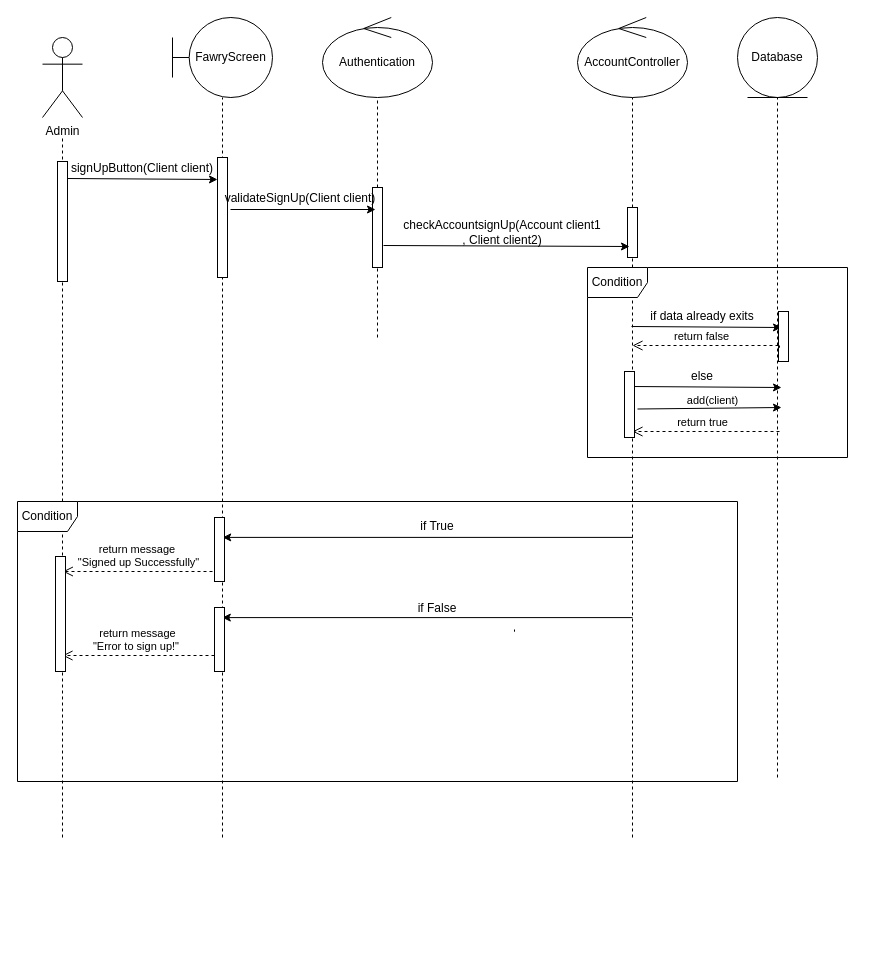
Above: Design System/SignUp Sequence Diagram.drawio in hazemadelkhalel/Fawry-System (draw.io), before the change. Source tidied: cells renumbered, new cells numbered last; positions are measured from the earlier drawing's top-left corner, leaving out a move shared by most shapes. Both pictures are drawn from the tidied source at 100%, with x=0, y=0 at pixel (17, 17).
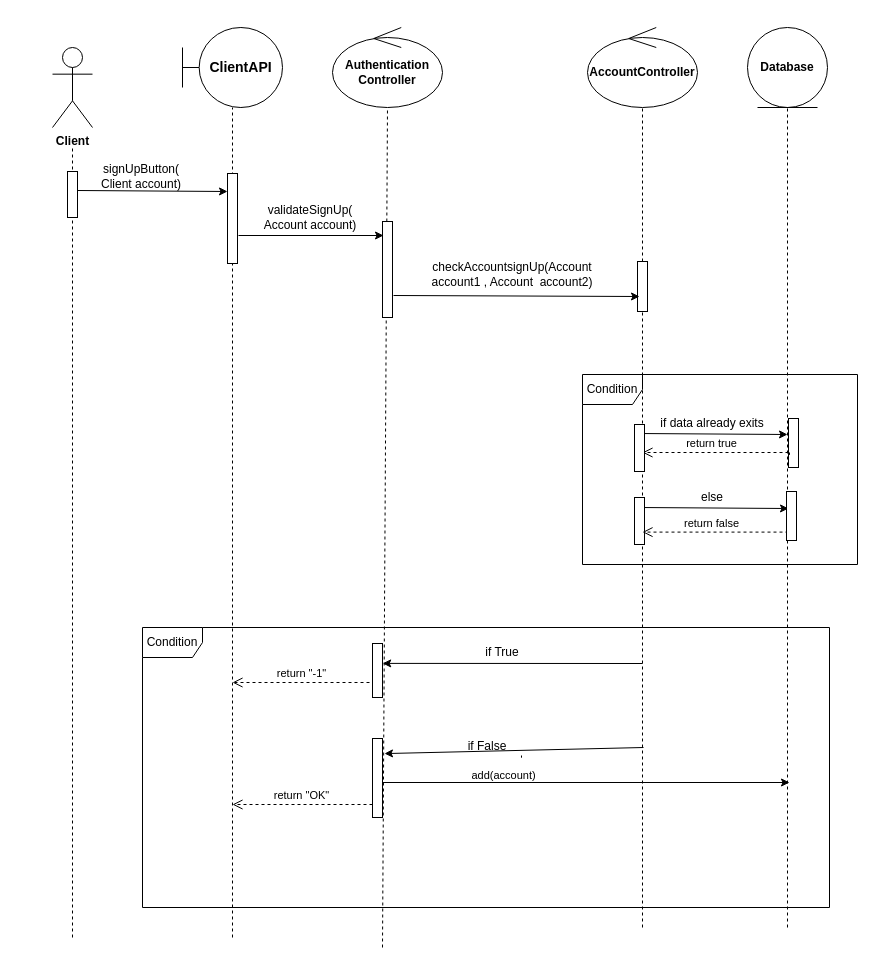
The same diagram, later.

Commit message:
Updated the SignUp Sequence Diagram

The edit, as a diff of the source:
```diff
@@
-    <mxCell id="2" value="Admin&lt;br&gt;" style="shape=umlActor;verticalLabelPosition=bottom;verticalAlign=top;html=1;" parent="1" vertex="1">
-      <mxGeometry x="25" y="20" width="40" height="80" as="geometry" />
-    </mxCell>
-    <mxCell id="3" style="endArrow=none;dashed=1;html=1;rounded=0;entryX=0.5;entryY=1;entryDx=0;entryDy=0;" parent="1" edge="1">
-      <mxGeometry relative="1" as="geometry">
-        <mxPoint x="205" y="820" as="sourcePoint" />
-        <mxPoint x="205" y="80" as="targetPoint" />
-      </mxGeometry>
-    </mxCell>
-    <mxCell id="4" style="html=1;perimeter=orthogonalPerimeter;" parent="1" vertex="1">
-      <mxGeometry x="200" y="140" width="10" height="120" as="geometry" />
-    </mxCell>
-    <mxCell id="5" style="endArrow=none;dashed=1;html=1;rounded=0;entryX=0.5;entryY=1;entryDx=0;entryDy=0;" parent="1" edge="1">
-      <mxGeometry relative="1" as="geometry">
-        <mxPoint x="360" y="320" as="sourcePoint" />
-        <mxPoint x="360" y="80" as="targetPoint" />
-      </mxGeometry>
-    </mxCell>
-    <mxCell id="6" style="html=1;perimeter=orthogonalPerimeter;" parent="1" vertex="1">
-      <mxGeometry x="355" y="170" width="10" height="80" as="geometry" />
-    </mxCell>
-    <mxCell id="7" style="endArrow=none;dashed=1;html=1;rounded=0;entryX=0.5;entryY=1;entryDx=0;entryDy=0;" parent="1" edge="1">
-      <mxGeometry relative="1" as="geometry">
-        <mxPoint x="615" y="820" as="sourcePoint" />
-        <mxPoint x="615" y="80" as="targetPoint" />
-      </mxGeometry>
-    </mxCell>
-    <mxCell id="8" style="html=1;perimeter=orthogonalPerimeter;" parent="1" vertex="1">
-      <mxGeometry x="610" y="190" width="10" height="50" as="geometry" />
-    </mxCell>
-    <mxCell id="9" style="endArrow=none;dashed=1;html=1;rounded=0;entryX=0.5;entryY=1;entryDx=0;entryDy=0;" parent="1" edge="1">
-      <mxGeometry relative="1" as="geometry">
-        <mxPoint x="760" y="760" as="sourcePoint" />
-        <mxPoint x="760" y="80" as="targetPoint" />
-      </mxGeometry>
-    </mxCell>
-    <mxCell id="10" style="endArrow=none;dashed=1;html=1;rounded=0;entryX=0.5;entryY=1;entryDx=0;entryDy=0;" parent="1" edge="1">
-      <mxGeometry relative="1" as="geometry">
-        <mxPoint x="45" y="820" as="sourcePoint" />
-        <mxPoint x="45" y="120" as="targetPoint" />
-      </mxGeometry>
-    </mxCell>
-    <mxCell id="11" style="html=1;perimeter=orthogonalPerimeter;" parent="1" vertex="1">
-      <mxGeometry x="40" y="144" width="10" height="120" as="geometry" />
-    </mxCell>
-    <mxCell id="12" style="endArrow=classic;html=1;rounded=0;entryX=0.875;entryY=1.176;entryDx=0;entryDy=0;entryPerimeter=0;exitX=0.125;exitY=1.118;exitDx=0;exitDy=0;exitPerimeter=0;" parent="1" edge="1" source="13" target="13">
-      <mxGeometry relative="1" as="geometry" />
-    </mxCell>
-    <mxCell id="13" value="signUpButton(Client client)" style="text;html=1;strokeColor=none;fillColor=none;align=center;verticalAlign=middle;whiteSpace=wrap;rounded=0;" parent="1" vertex="1">
-      <mxGeometry x="25" y="142" width="200" height="17" as="geometry" />
-    </mxCell>
-    <mxCell id="14" style="endArrow=classic;html=1;rounded=0;entryX=0.875;entryY=1.176;entryDx=0;entryDy=0;entryPerimeter=0;exitX=1.3;exitY=0.217;exitDx=0;exitDy=0;exitPerimeter=0;" parent="1" edge="1">
-      <mxGeometry relative="1" as="geometry">
-        <mxPoint x="213" y="192" as="sourcePoint" />
-        <mxPoint x="358" y="192" as="targetPoint" />
-      </mxGeometry>
-    </mxCell>
-    <mxCell id="15" value="validateSignUp(Client client)" style="text;html=1;strokeColor=none;fillColor=none;align=center;verticalAlign=middle;whiteSpace=wrap;rounded=0;" parent="1" vertex="1">
-      <mxGeometry x="183" y="172" width="200" height="17" as="geometry" />
-    </mxCell>
-    <mxCell id="16" style="endArrow=classic;html=1;rounded=0;exitX=1.1;exitY=0.642;exitDx=0;exitDy=0;exitPerimeter=0;" parent="1" edge="1">
-      <mxGeometry relative="1" as="geometry">
-        <mxPoint x="366" y="228" as="sourcePoint" />
-        <mxPoint x="612" y="229" as="targetPoint" />
-      </mxGeometry>
-    </mxCell>
-    <mxCell id="17" value="checkAccountsignUp(Account client1 , Client client2)" style="text;html=1;strokeColor=none;fillColor=none;align=center;verticalAlign=middle;whiteSpace=wrap;rounded=0;" parent="1" vertex="1">
-      <mxGeometry x="385" y="206.5" width="200" height="17" as="geometry" />
-    </mxCell>
-    <mxCell id="18" value="Condition" style="shape=umlFrame;whiteSpace=wrap;html=1;" parent="1" vertex="1">
-      <mxGeometry x="570" y="250" width="260" height="190" as="geometry" />
-    </mxCell>
-    <mxCell id="19" style="endArrow=classic;html=1;rounded=0;entryX=0.875;entryY=1.176;entryDx=0;entryDy=0;entryPerimeter=0;exitX=0.125;exitY=1.118;exitDx=0;exitDy=0;exitPerimeter=0;" parent="1" edge="1">
-      <mxGeometry relative="1" as="geometry">
-        <mxPoint x="614" y="309" as="sourcePoint" />
-        <mxPoint x="764" y="310" as="targetPoint" />
-      </mxGeometry>
-    </mxCell>
+    <mxCell id="45" value="&lt;b&gt;Client&lt;br&gt;&lt;br&gt;&lt;/b&gt;" style="shape=umlActor;verticalLabelPosition=bottom;verticalAlign=top;html=1;" parent="1" vertex="1">
+      <mxGeometry x="35" y="30" width="40" height="80" as="geometry" />
+    </mxCell>
+    <mxCell id="46" style="endArrow=none;dashed=1;html=1;rounded=0;entryX=0.5;entryY=1;entryDx=0;entryDy=0;" parent="1" edge="1">
+      <mxGeometry relative="1" as="geometry">
+        <mxPoint x="215" y="920" as="sourcePoint" />
+        <mxPoint x="215" y="90" as="targetPoint" />
+      </mxGeometry>
+    </mxCell>
+    <mxCell id="47" style="html=1;perimeter=orthogonalPerimeter;" parent="1" vertex="1">
+      <mxGeometry x="210" y="156" width="10" height="90" as="geometry" />
+    </mxCell>
+    <mxCell id="48" style="endArrow=none;dashed=1;html=1;rounded=0;entryX=0.5;entryY=1;entryDx=0;entryDy=0;" parent="1" edge="1">
+      <mxGeometry relative="1" as="geometry">
+        <mxPoint x="365" y="930" as="sourcePoint" />
+        <mxPoint x="370" y="90" as="targetPoint" />
+      </mxGeometry>
+    </mxCell>
+    <mxCell id="49" style="html=1;perimeter=orthogonalPerimeter;" parent="1" vertex="1">
+      <mxGeometry x="365" y="204" width="10" height="96" as="geometry" />
+    </mxCell>
+    <mxCell id="50" style="endArrow=none;dashed=1;html=1;rounded=0;entryX=0.5;entryY=1;entryDx=0;entryDy=0;" parent="1" edge="1">
+      <mxGeometry relative="1" as="geometry">
+        <mxPoint x="625" y="910" as="sourcePoint" />
+        <mxPoint x="625" y="90" as="targetPoint" />
+      </mxGeometry>
+    </mxCell>
+    <mxCell id="51" style="html=1;perimeter=orthogonalPerimeter;" parent="1" vertex="1">
+      <mxGeometry x="620" y="244" width="10" height="50" as="geometry" />
+    </mxCell>
+    <mxCell id="52" style="endArrow=none;dashed=1;html=1;rounded=0;entryX=0.5;entryY=1;entryDx=0;entryDy=0;" parent="1" edge="1">
+      <mxGeometry relative="1" as="geometry">
+        <mxPoint x="770" y="910" as="sourcePoint" />
+        <mxPoint x="770" y="90" as="targetPoint" />
+      </mxGeometry>
+    </mxCell>
+    <mxCell id="53" style="endArrow=none;dashed=1;html=1;rounded=0;entryX=0.5;entryY=1;entryDx=0;entryDy=0;" parent="1" edge="1">
+      <mxGeometry relative="1" as="geometry">
+        <mxPoint x="55" y="920" as="sourcePoint" />
+        <mxPoint x="55" y="130" as="targetPoint" />
+      </mxGeometry>
+    </mxCell>
+    <mxCell id="54" style="html=1;perimeter=orthogonalPerimeter;" parent="1" vertex="1">
+      <mxGeometry x="50" y="154" width="10" height="46" as="geometry" />
+    </mxCell>
+    <mxCell id="55" style="endArrow=classic;html=1;rounded=0;entryX=0.875;entryY=1.176;entryDx=0;entryDy=0;entryPerimeter=0;exitX=0.125;exitY=1.118;exitDx=0;exitDy=0;exitPerimeter=0;" parent="1" edge="1">
+      <mxGeometry relative="1" as="geometry">
+        <mxPoint x="60" y="173" as="sourcePoint" />
+        <mxPoint x="210" y="174" as="targetPoint" />
+      </mxGeometry>
+    </mxCell>
+    <mxCell id="56" value="signUpButton(&lt;br&gt;Client account)" style="text;html=1;strokeColor=none;fillColor=none;align=center;verticalAlign=middle;whiteSpace=wrap;rounded=0;" parent="1" vertex="1">
+      <mxGeometry x="24" y="150" width="200" height="17" as="geometry" />
+    </mxCell>
+    <mxCell id="57" style="endArrow=classic;html=1;rounded=0;entryX=0.875;entryY=1.176;entryDx=0;entryDy=0;entryPerimeter=0;exitX=1.3;exitY=0.217;exitDx=0;exitDy=0;exitPerimeter=0;" parent="1" edge="1">
+      <mxGeometry relative="1" as="geometry">
+        <mxPoint x="221" y="218" as="sourcePoint" />
+        <mxPoint x="366" y="218" as="targetPoint" />
+      </mxGeometry>
+    </mxCell>
+    <mxCell id="58" value="validateSignUp(&lt;br&gt;Account account)" style="text;html=1;strokeColor=none;fillColor=none;align=center;verticalAlign=middle;whiteSpace=wrap;rounded=0;" parent="1" vertex="1">
+      <mxGeometry x="193" y="191" width="200" height="17" as="geometry" />
+    </mxCell>
+    <mxCell id="59" style="endArrow=classic;html=1;rounded=0;exitX=1.1;exitY=0.642;exitDx=0;exitDy=0;exitPerimeter=0;" parent="1" edge="1">
+      <mxGeometry relative="1" as="geometry">
+        <mxPoint x="376" y="278" as="sourcePoint" />
+        <mxPoint x="622" y="279" as="targetPoint" />
+      </mxGeometry>
+    </mxCell>
+    <mxCell id="60" value="checkAccountsignUp(Account account1 , Account&amp;nbsp;&amp;nbsp;account2)" style="text;html=1;strokeColor=none;fillColor=none;align=center;verticalAlign=middle;whiteSpace=wrap;rounded=0;" parent="1" vertex="1">
+      <mxGeometry x="395" y="248.5" width="200" height="17" as="geometry" />
+    </mxCell>
+    <mxCell id="61" value="Condition" style="shape=umlFrame;whiteSpace=wrap;html=1;" parent="1" vertex="1">
+      <mxGeometry x="565" y="357" width="275" height="190" as="geometry" />
+    </mxCell>
+    <mxCell id="62" style="endArrow=classic;html=1;rounded=0;entryX=0.875;entryY=1.176;entryDx=0;entryDy=0;entryPerimeter=0;exitX=0.125;exitY=1.118;exitDx=0;exitDy=0;exitPerimeter=0;" parent="1" edge="1">
+      <mxGeometry relative="1" as="geometry">
+        <mxPoint x="620" y="416" as="sourcePoint" />
+        <mxPoint x="770" y="417" as="targetPoint" />
+      </mxGeometry>
+    </mxCell>
     <mxCell id="20" value="if data already exits" style="text;html=1;strokeColor=none;fillColor=none;align=center;verticalAlign=middle;whiteSpace=wrap;rounded=0;" parent="1" vertex="1">
-      <mxGeometry x="585" y="290" width="200" height="17" as="geometry" />
+      <mxGeometry x="595" y="397" width="200" height="17" as="geometry" />
     </mxCell>
-    <mxCell id="21" value="return false" style="html=1;verticalAlign=bottom;endArrow=open;dashed=1;endSize=8;rounded=0;startArrow=none;" parent="1" edge="1" source="25">
-      <mxGeometry x="0.05" relative="1" as="geometry">
-        <mxPoint x="615" y="328" as="targetPoint" />
-      </mxGeometry>
-    </mxCell>
-    <mxCell id="22" style="endArrow=classic;html=1;rounded=0;entryX=0.875;entryY=1.176;entryDx=0;entryDy=0;entryPerimeter=0;exitX=0.125;exitY=1.118;exitDx=0;exitDy=0;exitPerimeter=0;" parent="1" edge="1">
-      <mxGeometry relative="1" as="geometry">
-        <mxPoint x="614" y="369" as="sourcePoint" />
-        <mxPoint x="764" y="370" as="targetPoint" />
-      </mxGeometry>
-    </mxCell>
+    <mxCell id="24" value="return true" style="html=1;verticalAlign=bottom;endArrow=open;dashed=1;endSize=8;rounded=0;startArrow=none;" parent="1" edge="1" source="64">
+      <mxGeometry x="0.05" relative="1" as="geometry">
+        <mxPoint x="625" y="435" as="targetPoint" />
+      </mxGeometry>
+    </mxCell>
+    <mxCell id="63" style="endArrow=classic;html=1;rounded=0;entryX=0.875;entryY=1.176;entryDx=0;entryDy=0;entryPerimeter=0;exitX=0.125;exitY=1.118;exitDx=0;exitDy=0;exitPerimeter=0;" parent="1" edge="1">
+      <mxGeometry relative="1" as="geometry">
+        <mxPoint x="621" y="490" as="sourcePoint" />
+        <mxPoint x="771" y="491" as="targetPoint" />
+      </mxGeometry>
+    </mxCell>
     <mxCell id="23" value="else" style="text;html=1;strokeColor=none;fillColor=none;align=center;verticalAlign=middle;whiteSpace=wrap;rounded=0;" parent="1" vertex="1">
-      <mxGeometry x="585" y="350" width="200" height="17" as="geometry" />
+      <mxGeometry x="595" y="471" width="200" height="17" as="geometry" />
     </mxCell>
-    <mxCell id="24" value="return true" style="html=1;verticalAlign=bottom;endArrow=open;dashed=1;endSize=8;rounded=0;" parent="1" edge="1">
-      <mxGeometry x="0.05" relative="1" as="geometry">
-        <mxPoint x="762" y="414" as="sourcePoint" />
-        <mxPoint x="615" y="414" as="targetPoint" />
-      </mxGeometry>
-    </mxCell>
-    <mxCell id="25" style="html=1;points=[];perimeter=orthogonalPerimeter;" parent="1" vertex="1">
-      <mxGeometry x="761" y="294" width="10" height="50" as="geometry" />
-    </mxCell>
-    <mxCell id="26" style="html=1;verticalAlign=bottom;endArrow=none;dashed=1;endSize=8;rounded=0;" parent="1" edge="1" target="25">
-      <mxGeometry x="0.05" relative="1" as="geometry">
-        <mxPoint x="762" y="328" as="sourcePoint" />
-      </mxGeometry>
-    </mxCell>
-    <mxCell id="27" style="html=1;perimeter=orthogonalPerimeter;" parent="1" vertex="1">
-      <mxGeometry x="607" y="354" width="10" height="66" as="geometry" />
-    </mxCell>
-    <mxCell id="28" value="Condition" style="shape=umlFrame;whiteSpace=wrap;html=1;" parent="1" vertex="1">
-      <mxGeometry y="484" width="720" height="280" as="geometry" />
-    </mxCell>
-    <mxCell id="29" style="endArrow=classic;html=1;rounded=0;entryX=0.102;entryY=0.342;entryDx=0;entryDy=0;entryPerimeter=0;exitX=0.797;exitY=0.342;exitDx=0;exitDy=0;exitPerimeter=0;" parent="1" edge="1">
-      <mxGeometry relative="1" as="geometry">
-        <mxPoint x="615.2" y="519.9" as="sourcePoint" />
-        <mxPoint x="205.2" y="519.9" as="targetPoint" />
-      </mxGeometry>
-    </mxCell>
+    <mxCell id="64" style="html=1;points=[];perimeter=orthogonalPerimeter;" parent="1" vertex="1">
+      <mxGeometry x="771" y="401" width="10" height="49" as="geometry" />
+    </mxCell>
+    <mxCell id="65" style="html=1;verticalAlign=bottom;endArrow=none;dashed=1;endSize=8;rounded=0;" parent="1" edge="1" target="64">
+      <mxGeometry x="0.05" relative="1" as="geometry">
+        <mxPoint x="772" y="435" as="sourcePoint" />
+      </mxGeometry>
+    </mxCell>
+    <mxCell id="66" style="html=1;perimeter=orthogonalPerimeter;" parent="1" vertex="1">
+      <mxGeometry x="617" y="480" width="10" height="47" as="geometry" />
+    </mxCell>
+    <mxCell id="67" value="Condition" style="shape=umlFrame;whiteSpace=wrap;html=1;" parent="1" vertex="1">
+      <mxGeometry x="125" y="610" width="687" height="280" as="geometry" />
+    </mxCell>
+    <mxCell id="68" style="endArrow=classic;html=1;rounded=0;entryX=0.102;entryY=0.342;entryDx=0;entryDy=0;entryPerimeter=0;" parent="1" edge="1">
+      <mxGeometry relative="1" as="geometry">
+        <mxPoint x="625" y="646" as="sourcePoint" />
+        <mxPoint x="365.2" y="645.9" as="targetPoint" />
+      </mxGeometry>
+    </mxCell>
     <mxCell id="30" value="if True" style="text;html=1;strokeColor=none;fillColor=none;align=center;verticalAlign=middle;whiteSpace=wrap;rounded=0;" parent="1" vertex="1">
-      <mxGeometry x="320" y="500" width="200" height="17" as="geometry" />
+      <mxGeometry x="385" y="626" width="200" height="17" as="geometry" />
     </mxCell>
-    <mxCell id="31" value="return message&amp;nbsp;&lt;br&gt;&quot;Signed up Successfully&quot;" style="html=1;verticalAlign=bottom;endArrow=open;dashed=1;endSize=8;rounded=0;startArrow=none;entryX=0.063;entryY=0.25;entryDx=0;entryDy=0;entryPerimeter=0;" parent="1" edge="1" target="28">
-      <mxGeometry x="0.03" relative="1" as="geometry">
-        <mxPoint x="201" y="554" as="sourcePoint" />
-      </mxGeometry>
-    </mxCell>
-    <mxCell id="32" style="endArrow=classic;html=1;rounded=0;entryX=0.293;entryY=0.536;entryDx=0;entryDy=0;entryPerimeter=0;exitX=0.84;exitY=0.536;exitDx=0;exitDy=0;exitPerimeter=0;" parent="1" edge="1">
-      <mxGeometry relative="1" as="geometry">
-        <mxPoint x="615" y="600.1" as="sourcePoint" />
-        <mxPoint x="204.8" y="600.1" as="targetPoint" />
-      </mxGeometry>
-    </mxCell>
+    <mxCell id="69" value="return &quot;-1&quot;" style="html=1;verticalAlign=bottom;endArrow=open;dashed=1;endSize=8;rounded=0;startArrow=none;" parent="1" edge="1">
+      <mxGeometry x="0.03" relative="1" as="geometry">
+        <mxPoint x="358" y="665" as="sourcePoint" />
+        <mxPoint x="215" y="665" as="targetPoint" />
+      </mxGeometry>
+    </mxCell>
+    <mxCell id="70" style="endArrow=classic;html=1;rounded=0;entryX=1.2;entryY=0.191;entryDx=0;entryDy=0;entryPerimeter=0;" parent="1" edge="1" target="74">
+      <mxGeometry relative="1" as="geometry">
+        <mxPoint x="626" y="730" as="sourcePoint" />
+      </mxGeometry>
+    </mxCell>
     <mxCell id="33" value="if False" style="text;html=1;strokeColor=none;fillColor=none;align=center;verticalAlign=middle;whiteSpace=wrap;rounded=0;" parent="1" vertex="1">
-      <mxGeometry x="320" y="582" width="200" height="17" as="geometry" />
+      <mxGeometry x="370" y="720" width="200" height="17" as="geometry" />
     </mxCell>
-    <mxCell id="34" value="return message&lt;br&gt;&quot;Error to sign up!&quot;&amp;nbsp;" style="html=1;verticalAlign=bottom;endArrow=open;dashed=1;endSize=8;rounded=0;" parent="1" edge="1">
-      <mxGeometry x="0.05" relative="1" as="geometry">
-        <mxPoint x="203" y="638" as="sourcePoint" />
-        <mxPoint x="45" y="638" as="targetPoint" />
-      </mxGeometry>
-    </mxCell>
-    <mxCell id="35" style="html=1;verticalAlign=bottom;endArrow=none;dashed=1;endSize=8;rounded=0;" parent="1" edge="1">
-      <mxGeometry x="0.05" relative="1" as="geometry">
-        <mxPoint x="497" y="612" as="sourcePoint" />
-        <mxPoint x="497" y="614.2" as="targetPoint" />
-      </mxGeometry>
-    </mxCell>
-    <mxCell id="36" style="html=1;perimeter=orthogonalPerimeter;" parent="1" vertex="1">
-      <mxGeometry x="197" y="500" width="10" height="64" as="geometry" />
-    </mxCell>
-    <mxCell id="37" style="html=1;perimeter=orthogonalPerimeter;" parent="1" vertex="1">
-      <mxGeometry x="38" y="539" width="10" height="115" as="geometry" />
-    </mxCell>
-    <mxCell id="38" style="html=1;perimeter=orthogonalPerimeter;" parent="1" vertex="1">
-      <mxGeometry x="197" y="590" width="10" height="64" as="geometry" />
-    </mxCell>
-    <mxCell id="39" value="FawryScreen" style="shape=umlBoundary;whiteSpace=wrap;html=1;" parent="1" vertex="1">
-      <mxGeometry x="155" width="100" height="80" as="geometry" />
-    </mxCell>
-    <mxCell id="40" value="Authentication" style="ellipse;shape=umlControl;whiteSpace=wrap;html=1;" parent="1" vertex="1">
-      <mxGeometry x="305" width="110" height="80" as="geometry" />
-    </mxCell>
+    <mxCell id="71" value="return &quot;OK&quot;" style="html=1;verticalAlign=bottom;endArrow=open;dashed=1;endSize=8;rounded=0;" parent="1" edge="1">
+      <mxGeometry x="0.05" relative="1" as="geometry">
+        <mxPoint x="361" y="787" as="sourcePoint" />
+        <mxPoint x="215" y="787" as="targetPoint" />
+      </mxGeometry>
+    </mxCell>
+    <mxCell id="72" style="html=1;verticalAlign=bottom;endArrow=none;dashed=1;endSize=8;rounded=0;" parent="1" edge="1">
+      <mxGeometry x="0.05" relative="1" as="geometry">
+        <mxPoint x="504" y="738" as="sourcePoint" />
+        <mxPoint x="504" y="740.2" as="targetPoint" />
+      </mxGeometry>
+    </mxCell>
+    <mxCell id="73" style="html=1;perimeter=orthogonalPerimeter;" parent="1" vertex="1">
+      <mxGeometry x="355" y="626" width="10" height="54" as="geometry" />
+    </mxCell>
+    <mxCell id="74" style="html=1;points=[];perimeter=orthogonalPerimeter;" parent="1" vertex="1">
+      <mxGeometry x="355" y="721" width="10" height="79" as="geometry" />
+    </mxCell>
+    <mxCell id="75" value="&lt;b&gt;&lt;font style=&quot;font-size: 14px&quot;&gt;ClientAPI&lt;/font&gt;&lt;/b&gt;" style="shape=umlBoundary;whiteSpace=wrap;html=1;" parent="1" vertex="1">
+      <mxGeometry x="165" y="10" width="100" height="80" as="geometry" />
+    </mxCell>
+    <mxCell id="76" value="&lt;b&gt;Authentication&lt;br&gt;Controller&lt;/b&gt;" style="ellipse;shape=umlControl;whiteSpace=wrap;html=1;" parent="1" vertex="1">
+      <mxGeometry x="315" y="10" width="110" height="80" as="geometry" />
+    </mxCell>
-    <mxCell id="41" value="AccountController" style="ellipse;shape=umlControl;whiteSpace=wrap;html=1;" parent="1" vertex="1">
-      <mxGeometry x="560" width="110" height="80" as="geometry" />
+    <mxCell id="41" value="&lt;b&gt;AccountController&lt;/b&gt;" style="ellipse;shape=umlControl;whiteSpace=wrap;html=1;" parent="1" vertex="1">
+      <mxGeometry x="570" y="10" width="110" height="80" as="geometry" />
     </mxCell>
-    <mxCell id="42" value="Database" style="ellipse;shape=umlEntity;whiteSpace=wrap;html=1;" parent="1" vertex="1">
-      <mxGeometry x="720" width="80" height="80" as="geometry" />
+    <mxCell id="42" value="&lt;b&gt;Database&lt;/b&gt;" style="ellipse;shape=umlEntity;whiteSpace=wrap;html=1;" parent="1" vertex="1">
+      <mxGeometry x="730" y="10" width="80" height="80" as="geometry" />
     </mxCell>
-    <mxCell id="43" style="endArrow=classic;html=1;rounded=0;exitX=1.1;exitY=0.642;exitDx=0;exitDy=0;exitPerimeter=0;entryX=0.625;entryY=1.176;entryDx=0;entryDy=0;entryPerimeter=0;" parent="1" edge="1">
-      <mxGeometry relative="1" as="geometry">
-        <mxPoint x="620" y="391.5" as="sourcePoint" />
-        <mxPoint x="764" y="390" as="targetPoint" />
-      </mxGeometry>
-    </mxCell>
-    <mxCell id="44" value="add(client)" style="edgeLabel;html=1;align=center;verticalAlign=middle;" parent="43" vertex="1">
-      <mxGeometry x="0.14" y="2" relative="1" as="geometry">
-        <mxPoint x="-7" y="-6" as="offset" />
-      </mxGeometry>
-    </mxCell>
+    <mxCell id="77" style="endArrow=classic;html=1;rounded=0;" parent="1" edge="1" source="74">
+      <mxGeometry relative="1" as="geometry">
+        <mxPoint x="772" y="765" as="targetPoint" />
+      </mxGeometry>
+    </mxCell>
+    <mxCell id="78" value="add(account)" style="edgeLabel;html=1;align=center;verticalAlign=middle;" parent="77" vertex="1">
+      <mxGeometry x="0.14" y="2" relative="1" as="geometry">
+        <mxPoint x="-112" y="-6" as="offset" />
+      </mxGeometry>
+    </mxCell>
+    <mxCell id="21" value="return false" style="html=1;verticalAlign=bottom;endArrow=open;dashed=1;endSize=8;rounded=0;startArrow=none;" parent="1" edge="1">
+      <mxGeometry x="0.05" relative="1" as="geometry">
+        <mxPoint x="771" y="514.6" as="sourcePoint" />
+        <mxPoint x="625" y="514.6" as="targetPoint" />
+      </mxGeometry>
+    </mxCell>
+    <mxCell id="79" style="html=1;perimeter=orthogonalPerimeter;" parent="1" vertex="1">
+      <mxGeometry x="769" y="474" width="10" height="49" as="geometry" />
+    </mxCell>
+    <mxCell id="80" style="html=1;perimeter=orthogonalPerimeter;" parent="1" vertex="1">
+      <mxGeometry x="617" y="407" width="10" height="47" as="geometry" />
+    </mxCell>
```
